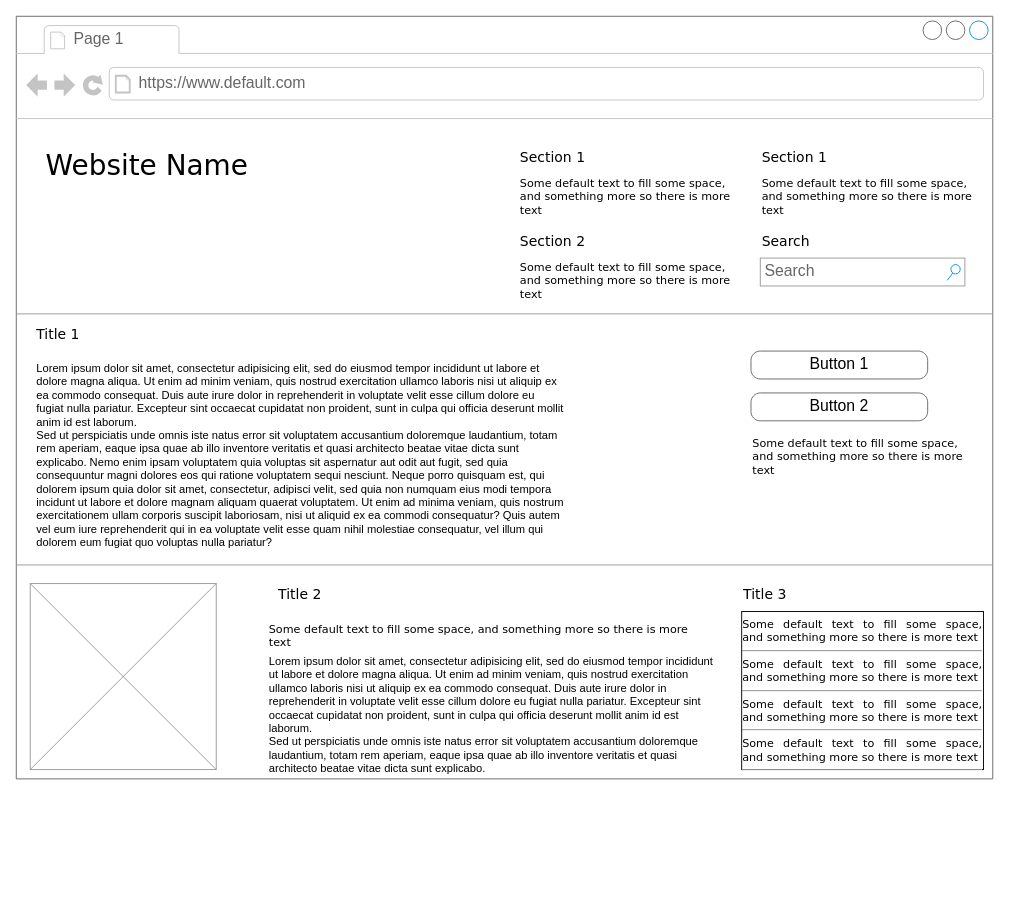
Before: Diagrama sem nome.drawio in schizoidman1/curriculum-vitae, a draw.io diagram. Source tidied: cells renumbered, new cells numbered last; positions are measured from the earlier drawing's top-left corner, leaving out a move shared by most shapes. Both pictures are drawn from the tidied source at 93%, with x=0, y=0 at pixel (16, 16).
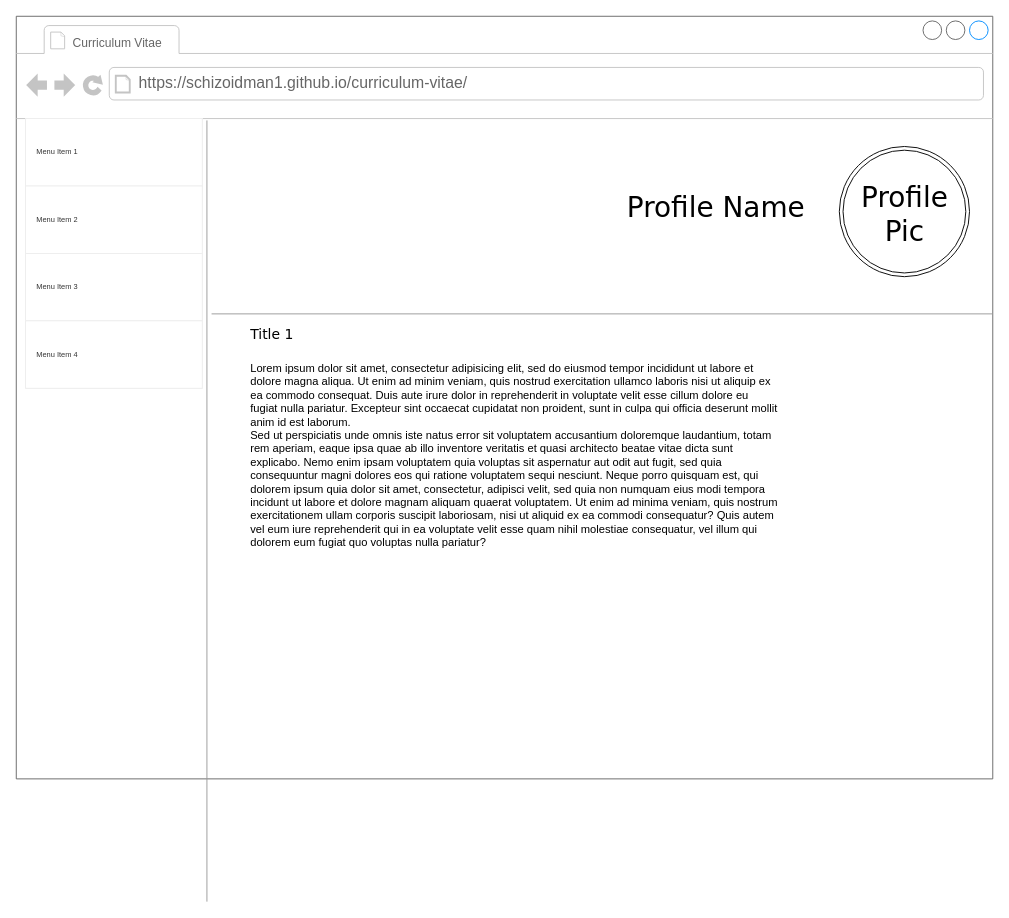
After the change.

The change refers to these unchanged cells:
```xml
<mxCell id="2" style="strokeWidth=1;shadow=0;dashed=0;align=center;html=1;shape=mxgraph.mockup.containers.browserWindow;rSize=0;strokeColor=#666666;mainText=,;rounded=0;labelBackgroundColor=none;fontFamily=Verdana;fontSize=12;" parent="1" vertex="1">
  <mxGeometry width="1050" height="820" as="geometry" />
</mxCell>
```

The edit, as a diff of the source:
```diff
@@
-    <mxCell id="3" value="Page 1" style="strokeWidth=1;shadow=0;dashed=0;align=center;html=1;shape=mxgraph.mockup.containers.anchor;fontSize=17;fontColor=#666666;align=left;" parent="2" vertex="1">
-      <mxGeometry x="60" y="12" width="110" height="26" as="geometry" />
+    <mxCell id="3" value="Curriculum Vitae" style="strokeWidth=1;shadow=0;dashed=0;align=center;html=1;shape=mxgraph.mockup.containers.anchor;fontSize=13;fontColor=#666666;align=left;" parent="2" vertex="1">
+      <mxGeometry x="59" y="15" width="110" height="26" as="geometry" />
     </mxCell>
-    <mxCell id="4" value="https://www.default.com" style="strokeWidth=1;shadow=0;dashed=0;align=center;html=1;shape=mxgraph.mockup.containers.anchor;rSize=0;fontSize=17;fontColor=#666666;align=left;" parent="2" vertex="1">
+    <mxCell id="4" value="https://schizoidman1.github.io/curriculum-vitae/" style="strokeWidth=1;shadow=0;dashed=0;align=center;html=1;shape=mxgraph.mockup.containers.anchor;rSize=0;fontSize=17;fontColor=#666666;align=left;" parent="2" vertex="1">
       <mxGeometry x="130" y="60" width="250" height="26" as="geometry" />
     </mxCell>
-    <mxCell id="5" value="Website Name" style="text;html=1;align=left;verticalAlign=top;spacingTop=-4;fontSize=30;fontFamily=Verdana;" parent="2" vertex="1">
-      <mxGeometry x="30" y="140" width="340" height="50" as="geometry" />
+    <mxCell id="5" value="Profile Name" style="text;html=1;align=left;verticalAlign=top;spacingTop=-4;fontSize=30;fontFamily=Verdana;" parent="2" vertex="1">
+      <mxGeometry x="655" y="185" width="340" height="50" as="geometry" />
     </mxCell>
-    <mxCell id="6" value="Section 1" style="text;html=1;align=left;verticalAlign=top;spacingTop=-4;fontSize=15;fontFamily=Verdana;" parent="2" vertex="1">
-      <mxGeometry x="540" y="140" width="170" height="30" as="geometry" />
-    </mxCell>
-    <mxCell id="7" value="Some default text to fill some space, and&amp;nbsp;&lt;span&gt;something more so there is more text&lt;/span&gt;" style="text;html=1;align=left;verticalAlign=top;spacingTop=-4;fontSize=12;fontFamily=Verdana;whiteSpace=wrap;" parent="2" vertex="1">
-      <mxGeometry x="540" y="170" width="240" height="40" as="geometry" />
-    </mxCell>
-    <mxCell id="8" value="Section 2" style="text;html=1;align=left;verticalAlign=top;spacingTop=-4;fontSize=15;fontFamily=Verdana;" parent="2" vertex="1">
-      <mxGeometry x="540" y="230" width="170" height="30" as="geometry" />
-    </mxCell>
-    <mxCell id="9" value="Some default text to fill some space, and&amp;nbsp;&lt;span&gt;something more so there is more text&lt;/span&gt;" style="text;html=1;align=left;verticalAlign=top;spacingTop=-4;fontSize=12;fontFamily=Verdana;whiteSpace=wrap;" parent="2" vertex="1">
-      <mxGeometry x="540" y="260" width="240" height="40" as="geometry" />
-    </mxCell>
-    <mxCell id="10" value="Section 1" style="text;html=1;align=left;verticalAlign=top;spacingTop=-4;fontSize=15;fontFamily=Verdana;" parent="2" vertex="1">
-      <mxGeometry x="800" y="140" width="170" height="30" as="geometry" />
-    </mxCell>
-    <mxCell id="11" value="Some default text to fill some space, and&amp;nbsp;&lt;span&gt;something more so there is more text&lt;/span&gt;" style="text;html=1;align=left;verticalAlign=top;spacingTop=-4;fontSize=12;fontFamily=Verdana;whiteSpace=wrap;" parent="2" vertex="1">
-      <mxGeometry x="800" y="170" width="240" height="40" as="geometry" />
-    </mxCell>
-    <mxCell id="12" value="Search" style="text;html=1;align=left;verticalAlign=top;spacingTop=-4;fontSize=15;fontFamily=Verdana;" parent="2" vertex="1">
-      <mxGeometry x="800" y="230" width="170" height="30" as="geometry" />
-    </mxCell>
-    <mxCell id="13" value="Search" style="strokeWidth=1;shadow=0;dashed=0;align=center;html=1;shape=mxgraph.mockup.forms.searchBox;strokeColor=#999999;mainText=;strokeColor2=#008cff;fontColor=#666666;fontSize=17;align=left;spacingLeft=3;rounded=0;labelBackgroundColor=none;" parent="2" vertex="1">
-      <mxGeometry x="800" y="260" width="220" height="30" as="geometry" />
-    </mxCell>
     <mxCell id="14" style="verticalLabelPosition=bottom;shadow=0;dashed=0;align=center;html=1;verticalAlign=top;strokeWidth=1;shape=mxgraph.mockup.markup.line;strokeColor=#999999;rounded=0;labelBackgroundColor=none;fillColor=#ffffff;fontFamily=Verdana;fontSize=12;fontColor=#000000;" parent="2" vertex="1">
-      <mxGeometry y="310" width="1050" height="20" as="geometry" />
+      <mxGeometry x="210" y="310" width="840" height="20" as="geometry" />
     </mxCell>
     <mxCell id="15" value="Title 1" style="text;html=1;align=left;verticalAlign=top;spacingTop=-4;fontSize=15;fontFamily=Verdana;" parent="2" vertex="1">
-      <mxGeometry x="20" y="330" width="170" height="30" as="geometry" />
+      <mxGeometry x="250" y="330" width="170" height="30" as="geometry" />
     </mxCell>
     <mxCell id="16" value="Lorem ipsum dolor sit amet, consectetur adipisicing elit, sed do eiusmod tempor incididunt ut labore et dolore magna aliqua. Ut enim ad minim veniam, quis nostrud exercitation ullamco laboris nisi ut aliquip ex ea commodo consequat. Duis aute irure dolor in reprehenderit in voluptate velit esse cillum dolore eu fugiat nulla pariatur. Excepteur sint occaecat cupidatat non proident, sunt in culpa qui officia deserunt mollit anim id est laborum.&#10;Sed ut perspiciatis unde omnis iste natus error sit voluptatem accusantium doloremque laudantium, totam rem aperiam, eaque ipsa quae ab illo inventore veritatis et quasi architecto beatae vitae dicta sunt explicabo. Nemo enim ipsam voluptatem quia voluptas sit aspernatur aut odit aut fugit, sed quia consequuntur magni dolores eos qui ratione voluptatem sequi nesciunt. Neque porro quisquam est, qui dolorem ipsum quia dolor sit amet, consectetur, adipisci velit, sed quia non numquam eius modi tempora incidunt ut labore et dolore magnam aliquam quaerat voluptatem. Ut enim ad minima veniam, quis nostrum exercitationem ullam corporis suscipit laboriosam, nisi ut aliquid ex ea commodi consequatur? Quis autem vel eum iure reprehenderit qui in ea voluptate velit esse quam nihil molestiae consequatur, vel illum qui dolorem eum fugiat quo voluptas nulla pariatur?" style="text;spacingTop=-5;whiteSpace=wrap;html=1;align=left;fontSize=12;fontFamily=Helvetica;fillColor=none;strokeColor=none;rounded=0;shadow=1;labelBackgroundColor=none;" parent="2" vertex="1">
-      <mxGeometry x="20" y="370" width="570" height="240" as="geometry" />
+      <mxGeometry x="250" y="370" width="570" height="240" as="geometry" />
     </mxCell>
-    <mxCell id="17" value="Button 1" style="strokeWidth=1;shadow=0;dashed=0;align=center;html=1;shape=mxgraph.mockup.buttons.button;strokeColor=#666666;mainText=;buttonStyle=round;fontSize=17;fontStyle=0;fillColor=none;whiteSpace=wrap;rounded=0;labelBackgroundColor=none;" parent="2" vertex="1">
-      <mxGeometry x="790" y="360" width="190" height="30" as="geometry" />
-    </mxCell>
-    <mxCell id="18" value="Button 2" style="strokeWidth=1;shadow=0;dashed=0;align=center;html=1;shape=mxgraph.mockup.buttons.button;strokeColor=#666666;mainText=;buttonStyle=round;fontSize=17;fontStyle=0;fillColor=none;whiteSpace=wrap;rounded=0;labelBackgroundColor=none;" parent="2" vertex="1">
-      <mxGeometry x="790" y="405" width="190" height="30" as="geometry" />
-    </mxCell>
-    <mxCell id="19" value="Some default text to fill some space, and&amp;nbsp;&lt;span&gt;something more so there is more text&lt;/span&gt;" style="text;html=1;align=left;verticalAlign=top;spacingTop=-4;fontSize=12;fontFamily=Verdana;whiteSpace=wrap;" parent="2" vertex="1">
-      <mxGeometry x="790" y="450" width="240" height="40" as="geometry" />
-    </mxCell>
-    <mxCell id="20" style="verticalLabelPosition=bottom;shadow=0;dashed=0;align=center;html=1;verticalAlign=top;strokeWidth=1;shape=mxgraph.mockup.markup.line;strokeColor=#999999;rounded=0;labelBackgroundColor=none;fillColor=#ffffff;fontFamily=Verdana;fontSize=12;fontColor=#000000;" parent="2" vertex="1">
-      <mxGeometry y="580" width="1050" height="20" as="geometry" />
-    </mxCell>
-    <mxCell id="21" style="verticalLabelPosition=bottom;shadow=0;dashed=0;align=center;html=1;verticalAlign=top;strokeWidth=1;shape=mxgraph.mockup.graphics.simpleIcon;strokeColor=#999999;fillColor=#ffffff;rounded=0;labelBackgroundColor=none;fontFamily=Verdana;fontSize=12;fontColor=#000000;" parent="2" vertex="1">
-      <mxGeometry x="15" y="610" width="200" height="200" as="geometry" />
-    </mxCell>
-    <mxCell id="22" value="Title 2" style="text;html=1;align=left;verticalAlign=top;spacingTop=-4;fontSize=15;fontFamily=Verdana;" parent="2" vertex="1">
-      <mxGeometry x="280" y="610" width="170" height="30" as="geometry" />
-    </mxCell>
-    <mxCell id="23" value="Title 3" style="text;html=1;align=left;verticalAlign=top;spacingTop=-4;fontSize=15;fontFamily=Verdana;" parent="2" vertex="1">
-      <mxGeometry x="780" y="610" width="170" height="30" as="geometry" />
-    </mxCell>
-    <mxCell id="24" value="&lt;div style=&quot;text-align: justify&quot;&gt;&lt;span&gt;Some default text to fill some space, and&amp;nbsp;&lt;/span&gt;&lt;span&gt;something more so there is more text&lt;/span&gt;&lt;/div&gt;&lt;div style=&quot;text-align: justify&quot;&gt;&lt;hr id=&quot;null&quot; style=&quot;text-align: justify&quot;&gt;&lt;span&gt;&lt;div style=&quot;text-align: justify&quot;&gt;&lt;span&gt;Some default text to fill some space, and&amp;nbsp;&lt;/span&gt;&lt;span&gt;something more so there is more text&lt;/span&gt;&lt;/div&gt;&lt;/span&gt;&lt;/div&gt;&lt;hr id=&quot;null&quot; style=&quot;text-align: justify&quot;&gt;&lt;span&gt;&lt;div style=&quot;text-align: justify&quot;&gt;&lt;span&gt;Some default text to fill some space, and&amp;nbsp;&lt;/span&gt;&lt;span&gt;something more so there is more text&lt;/span&gt;&lt;/div&gt;&lt;/span&gt;&lt;hr id=&quot;null&quot; style=&quot;text-align: justify&quot;&gt;&lt;span&gt;&lt;div style=&quot;text-align: justify&quot;&gt;&lt;span&gt;Some default text to fill some space, and&amp;nbsp;&lt;/span&gt;&lt;span&gt;something more so there is more text&lt;/span&gt;&lt;/div&gt;&lt;/span&gt;&lt;hr id=&quot;null&quot; style=&quot;text-align: left&quot;&gt;" style="whiteSpace=wrap;html=1;rounded=0;shadow=0;labelBackgroundColor=none;strokeWidth=1;fontFamily=Verdana;fontSize=12;align=center;verticalAlign=top;" parent="2" vertex="1">
-      <mxGeometry x="780" y="640" width="260" height="170" as="geometry" />
-    </mxCell>
-    <mxCell id="25" value="Some default text to fill some space, and&amp;nbsp;&lt;span&gt;something more so there is more text&lt;/span&gt;" style="text;html=1;align=left;verticalAlign=top;spacingTop=-4;fontSize=12;fontFamily=Verdana;whiteSpace=wrap;" parent="2" vertex="1">
-      <mxGeometry x="270" y="650" width="470" height="40" as="geometry" />
-    </mxCell>
-    <mxCell id="26" value="Lorem ipsum dolor sit amet, consectetur adipisicing elit, sed do eiusmod tempor incididunt ut labore et dolore magna aliqua. Ut enim ad minim veniam, quis nostrud exercitation ullamco laboris nisi ut aliquip ex ea commodo consequat. Duis aute irure dolor in reprehenderit in voluptate velit esse cillum dolore eu fugiat nulla pariatur. Excepteur sint occaecat cupidatat non proident, sunt in culpa qui officia deserunt mollit anim id est laborum.&lt;br&gt;Sed ut perspiciatis unde omnis iste natus error sit voluptatem accusantium doloremque laudantium, totam rem aperiam, eaque ipsa quae ab illo inventore veritatis et quasi architecto beatae vitae dicta sunt explicabo.&amp;nbsp;" style="text;spacingTop=-5;whiteSpace=wrap;html=1;align=left;fontSize=12;fontFamily=Helvetica;fillColor=none;strokeColor=none;rounded=0;shadow=1;labelBackgroundColor=none;" parent="1" vertex="1">
-      <mxGeometry x="270" y="685" width="490" height="125" as="geometry" />
-    </mxCell>
+    <mxCell id="27" style="ellipse;shape=doubleEllipse;whiteSpace=wrap;html=1;" parent="2" vertex="1">
+      <mxGeometry x="885" y="140" width="140" height="140" as="geometry" />
+    </mxCell>
+    <mxCell id="28" value="Profile&lt;div&gt;Pic&lt;/div&gt;" style="text;html=1;align=center;verticalAlign=top;spacingTop=-4;fontSize=30;fontFamily=Verdana;" parent="2" vertex="1">
+      <mxGeometry x="902.5" y="175" width="105" height="50" as="geometry" />
+    </mxCell>
+    <mxCell id="29" style="verticalLabelPosition=bottom;shadow=0;dashed=0;align=center;html=1;verticalAlign=top;strokeWidth=1;shape=mxgraph.mockup.markup.line;strokeColor=#999999;rounded=0;labelBackgroundColor=none;fillColor=#ffffff;fontFamily=Verdana;fontSize=12;fontColor=#000000;rotation=-90;" parent="2" vertex="1">
+      <mxGeometry x="-215" y="522" width="840" height="20" as="geometry" />
+    </mxCell>
+    <mxCell id="30" style="strokeWidth=1;html=1;shadow=0;dashed=0;shape=mxgraph.android.rrect;rSize=0;strokeColor=#eeeeee;fillColor=#ffffff;gradientColor=none;" parent="2" vertex="1">
+      <mxGeometry x="10" y="110" width="190" height="290" as="geometry" />
+    </mxCell>
+    <mxCell id="31" value="Menu Item 1" style="strokeColor=inherit;fillColor=inherit;gradientColor=inherit;strokeWidth=1;html=1;shadow=0;dashed=0;shape=mxgraph.android.rrect;rSize=0;align=left;spacingLeft=10;fontSize=8;fontColor=#333333;" parent="30" vertex="1">
+      <mxGeometry width="190" height="72.5" as="geometry" />
+    </mxCell>
+    <mxCell id="32" value="Menu Item 2" style="strokeColor=inherit;fillColor=inherit;gradientColor=inherit;strokeWidth=1;html=1;shadow=0;dashed=0;shape=mxgraph.android.rrect;rSize=0;align=left;spacingLeft=10;fontSize=8;fontColor=#333333;" parent="30" vertex="1">
+      <mxGeometry y="72.5" width="190" height="72.5" as="geometry" />
+    </mxCell>
+    <mxCell id="33" value="Menu Item 3" style="strokeColor=inherit;fillColor=inherit;gradientColor=inherit;strokeWidth=1;html=1;shadow=0;dashed=0;shape=mxgraph.android.rrect;rSize=0;align=left;spacingLeft=10;fontSize=8;fontColor=#333333;" parent="30" vertex="1">
+      <mxGeometry y="145" width="190" height="72.5" as="geometry" />
+    </mxCell>
+    <mxCell id="34" value="Menu Item 4" style="strokeColor=inherit;fillColor=inherit;gradientColor=inherit;strokeWidth=1;html=1;shadow=0;dashed=0;shape=mxgraph.android.rrect;rSize=0;align=left;spacingLeft=10;fontSize=8;fontColor=#333333;" parent="30" vertex="1">
+      <mxGeometry y="217.5" width="190" height="72.5" as="geometry" />
+    </mxCell>
```
